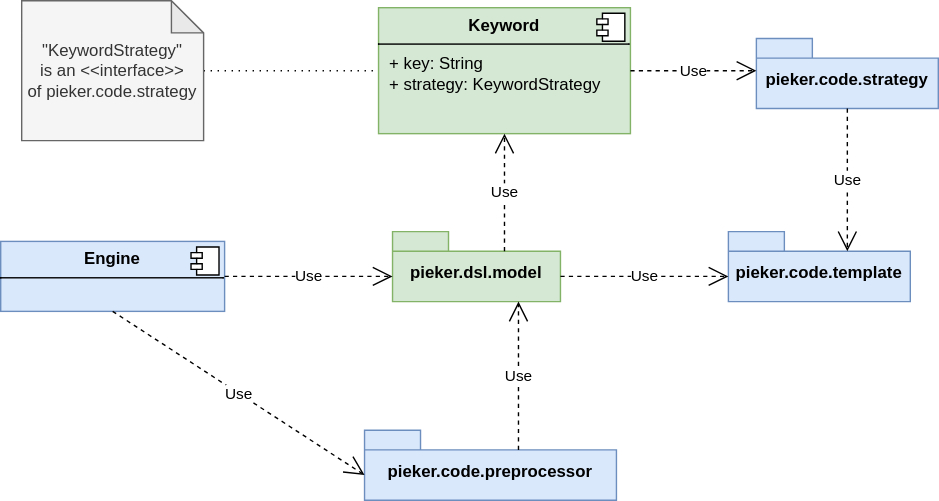
This is dsl/doc/images/component-diagramm-code-dsl.svg from PIEKER/Pieker, a draw.io export, as it was before one commit. Source tidied: cells renumbered, new cells last; positions are measured from the earlier drawing's top-left corner, leaving out a move shared by most shapes. The source it was exported from:
```xml
<mxGraphModel>
  <root>
    <mxCell id="0" />
    <mxCell id="1" parent="0" />
    <mxCell id="2" value="&lt;p style=&quot;margin:0px;margin-top:6px;text-align:center;&quot;&gt;&lt;b&gt;Engine&lt;/b&gt;&lt;/p&gt;&lt;hr size=&quot;1&quot; style=&quot;border-style:solid;&quot;&gt;&lt;p style=&quot;margin:0px;margin-left:8px;&quot;&gt;&lt;br&gt;&lt;/p&gt;" style="align=left;overflow=fill;html=1;whiteSpace=wrap;fillColor=#dae8fc;strokeColor=#6c8ebf;" parent="1" vertex="1">
      <mxGeometry y="172" width="160" height="50" as="geometry" />
    </mxCell>
    <mxCell id="3" style="shape=component;jettyWidth=8;jettyHeight=4;" parent="2" vertex="1">
      <mxGeometry x="1" width="20" height="20" relative="1" as="geometry">
        <mxPoint x="-24" y="4" as="offset" />
      </mxGeometry>
    </mxCell>
    <mxCell id="4" value="pieker.dsl.model" style="shape=folder;fontStyle=1;spacingTop=10;tabWidth=40;tabHeight=14;tabPosition=left;html=1;whiteSpace=wrap;fillColor=#d5e8d4;strokeColor=#82b366;" parent="1" vertex="1">
      <mxGeometry x="280" y="165" width="120" height="50" as="geometry" />
    </mxCell>
    <mxCell id="5" value="Use" style="endArrow=open;endSize=12;dashed=1;html=1;rounded=0;exitX=1;exitY=0.5;exitDx=0;exitDy=0;entryX=0;entryY=0;entryDx=0;entryDy=32;entryPerimeter=0;" parent="1" edge="1" source="2" target="4">
      <mxGeometry relative="1" as="geometry" />
    </mxCell>
    <mxCell id="6" value="pieker.code.template" style="shape=folder;fontStyle=1;spacingTop=10;tabWidth=40;tabHeight=14;tabPosition=left;html=1;whiteSpace=wrap;fillColor=#dae8fc;strokeColor=#6c8ebf;" parent="1" vertex="1">
      <mxGeometry x="520" y="165" width="130" height="50" as="geometry" />
    </mxCell>
    <mxCell id="7" value="Use" style="endArrow=open;endSize=12;dashed=1;html=1;rounded=0;exitX=0;exitY=0;exitDx=120;exitDy=32;entryX=0;entryY=0;entryDx=0;entryDy=32;entryPerimeter=0;exitPerimeter=0;" parent="1" edge="1" source="4" target="6">
      <mxGeometry relative="1" as="geometry" />
    </mxCell>
    <mxCell id="8" value="pieker.code.strategy" style="shape=folder;fontStyle=1;spacingTop=10;tabWidth=40;tabHeight=14;tabPosition=left;html=1;whiteSpace=wrap;fillColor=#dae8fc;strokeColor=#6c8ebf;" parent="1" vertex="1">
      <mxGeometry x="540" y="27" width="130" height="50" as="geometry" />
    </mxCell>
    <mxCell id="9" value="Use" style="endArrow=open;endSize=12;dashed=1;html=1;rounded=0;exitX=0.5;exitY=1;exitDx=0;exitDy=0;entryX=0;entryY=0;entryDx=85;entryDy=14;entryPerimeter=0;exitPerimeter=0;" parent="1" edge="1" source="8" target="6">
      <mxGeometry relative="1" as="geometry" />
    </mxCell>
    <mxCell id="10" value="&lt;p style=&quot;margin:0px;margin-top:6px;text-align:center;&quot;&gt;&lt;b&gt;Keyword&lt;/b&gt;&lt;/p&gt;&lt;hr size=&quot;1&quot; style=&quot;border-style:solid;&quot;&gt;&lt;p style=&quot;margin:0px;margin-left:8px;&quot;&gt;+ key: String&lt;br&gt;+ strategy: KeywordStrategy&lt;/p&gt;" style="align=left;overflow=fill;html=1;whiteSpace=wrap;fillColor=#d5e8d4;strokeColor=#82b366;" parent="1" vertex="1">
      <mxGeometry x="270" y="5" width="180" height="90" as="geometry" />
    </mxCell>
    <mxCell id="11" style="shape=component;jettyWidth=8;jettyHeight=4;" parent="10" vertex="1">
      <mxGeometry x="1" width="20" height="20" relative="1" as="geometry">
        <mxPoint x="-24" y="4" as="offset" />
      </mxGeometry>
    </mxCell>
    <mxCell id="12" value="Use" style="endArrow=open;endSize=12;dashed=1;html=1;rounded=0;exitX=0;exitY=0;exitDx=80;exitDy=14;entryX=0.5;entryY=1;entryDx=0;entryDy=0;exitPerimeter=0;" parent="1" edge="1" source="4" target="10">
      <mxGeometry relative="1" as="geometry" />
    </mxCell>
    <mxCell id="13" value="Use" style="endArrow=open;endSize=12;dashed=1;html=1;rounded=0;exitX=1;exitY=0.5;exitDx=0;exitDy=0;entryX=0;entryY=0;entryDx=0;entryDy=23;entryPerimeter=0;" parent="1" edge="1" source="10" target="8">
      <mxGeometry relative="1" as="geometry" />
    </mxCell>
    <mxCell id="14" value="pieker.code.preprocessor" style="shape=folder;fontStyle=1;spacingTop=10;tabWidth=40;tabHeight=14;tabPosition=left;html=1;whiteSpace=wrap;fillColor=#dae8fc;strokeColor=#6c8ebf;" parent="1" vertex="1">
      <mxGeometry x="260" y="307" width="180" height="50" as="geometry" />
    </mxCell>
    <mxCell id="15" value="Use" style="endArrow=open;endSize=12;dashed=1;html=1;rounded=0;exitX=0;exitY=0;exitDx=110;exitDy=14;entryX=0.75;entryY=1;entryDx=0;entryDy=0;entryPerimeter=0;exitPerimeter=0;" parent="1" edge="1" source="14" target="4">
      <mxGeometry relative="1" as="geometry" />
    </mxCell>
    <mxCell id="16" value="Use" style="endArrow=open;endSize=12;dashed=1;html=1;rounded=0;exitX=0.5;exitY=1;exitDx=0;exitDy=0;entryX=0;entryY=0;entryDx=0;entryDy=32;entryPerimeter=0;" parent="1" edge="1" source="2" target="14">
      <mxGeometry relative="1" as="geometry" />
    </mxCell>
    <mxCell id="17" style="edgeStyle=orthogonalEdgeStyle;rounded=0;jettySize=auto;html=1;entryX=0;entryY=0.5;entryDx=0;entryDy=0;endArrow=none;endFill=0;dashed=1;dashPattern=1 4;" parent="1" edge="1" source="18" target="10">
      <mxGeometry relative="1" as="geometry" />
    </mxCell>
    <mxCell id="18" value="&quot;KeywordStrategy&quot;&lt;div&gt;is an &amp;lt;&amp;lt;interface&amp;gt;&amp;gt;&lt;/div&gt;&lt;div&gt;of pieker.code.strategy&lt;/div&gt;" style="shape=note;whiteSpace=wrap;html=1;backgroundOutline=1;darkOpacity=0.05;fillColor=#f5f5f5;fontColor=#333333;strokeColor=#666666;size=23;" parent="1" vertex="1">
      <mxGeometry x="15" width="130" height="100" as="geometry" />
    </mxCell>
  </root>
</mxGraphModel>
```
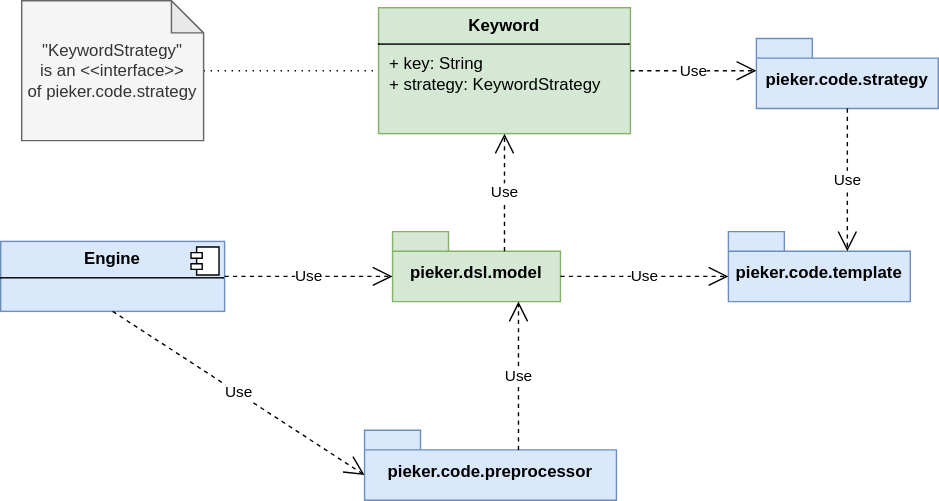
Above is the later version.

The edit, as a diff of the source:
```diff
@@ -31,11 +31,6 @@
     <mxCell id="10" value="&lt;p style=&quot;margin:0px;margin-top:6px;text-align:center;&quot;&gt;&lt;b&gt;Keyword&lt;/b&gt;&lt;/p&gt;&lt;hr size=&quot;1&quot; style=&quot;border-style:solid;&quot;&gt;&lt;p style=&quot;margin:0px;margin-left:8px;&quot;&gt;+ key: String&lt;br&gt;+ strategy: KeywordStrategy&lt;/p&gt;" style="align=left;overflow=fill;html=1;whiteSpace=wrap;fillColor=#d5e8d4;strokeColor=#82b366;" parent="1" vertex="1">
       <mxGeometry x="270" y="5" width="180" height="90" as="geometry" />
     </mxCell>
-    <mxCell id="11" style="shape=component;jettyWidth=8;jettyHeight=4;" parent="10" vertex="1">
-      <mxGeometry x="1" width="20" height="20" relative="1" as="geometry">
-        <mxPoint x="-24" y="4" as="offset" />
-      </mxGeometry>
-    </mxCell>
     <mxCell id="12" value="Use" style="endArrow=open;endSize=12;dashed=1;html=1;rounded=0;exitX=0;exitY=0;exitDx=80;exitDy=14;entryX=0.5;entryY=1;entryDx=0;entryDy=0;exitPerimeter=0;" parent="1" edge="1" source="4" target="10">
       <mxGeometry relative="1" as="geometry" />
     </mxCell>
```
